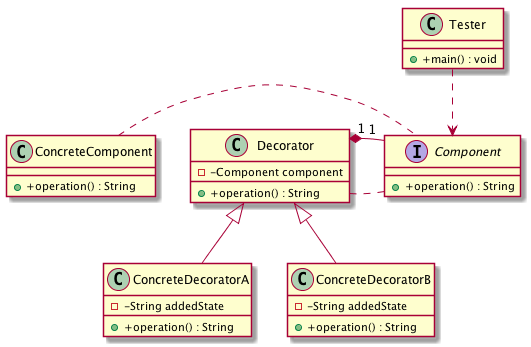
Above: UMLGenerator/test-case-5.png in rashmishrm/UMLParser (PlantUML), before the change.
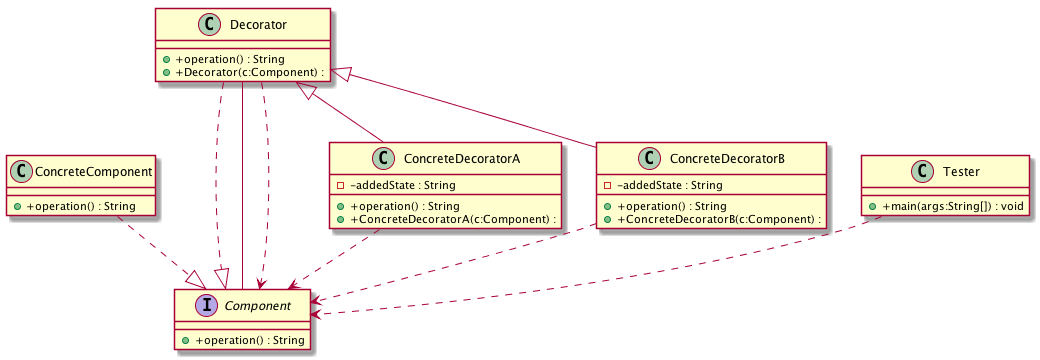
Later version of the same file.

Commit message:
junit test case for UMLParser class adding generated images.

The edit, as a diff of the source:
```diff
@@ -8,29 +8,34 @@
 }
 
 class ConcreteDecoratorA{
-- -String addedState
+- -addedState : String
 + +operation() : String
++ +ConcreteDecoratorA(c:Component) :
 }
 
 class ConcreteDecoratorB{
-- -String addedState
+- -addedState : String
 + +operation() : String
++ +ConcreteDecoratorB(c:Component) :
 }
 
 class Decorator{
-- -Component component
 + +operation() : String
++ +Decorator(c:Component) :
 }
 
 class Tester{
-+ +main() : void
++ +main(args:String[]) : void
 }
 
-ConcreteComponent . Component
+ConcreteComponent ..|>Component
+Decorator ..|>Component
 Decorator<|--ConcreteDecoratorA
 Decorator<|--ConcreteDecoratorB
-Decorator . Component
-Decorator  "1" *--  "1"  Component
+Decorator  " " --  " "  Component
+ConcreteDecoratorA..>Component
+ConcreteDecoratorB..>Component
+Decorator..>Component
 Tester..>Component
 
 @enduml
```
